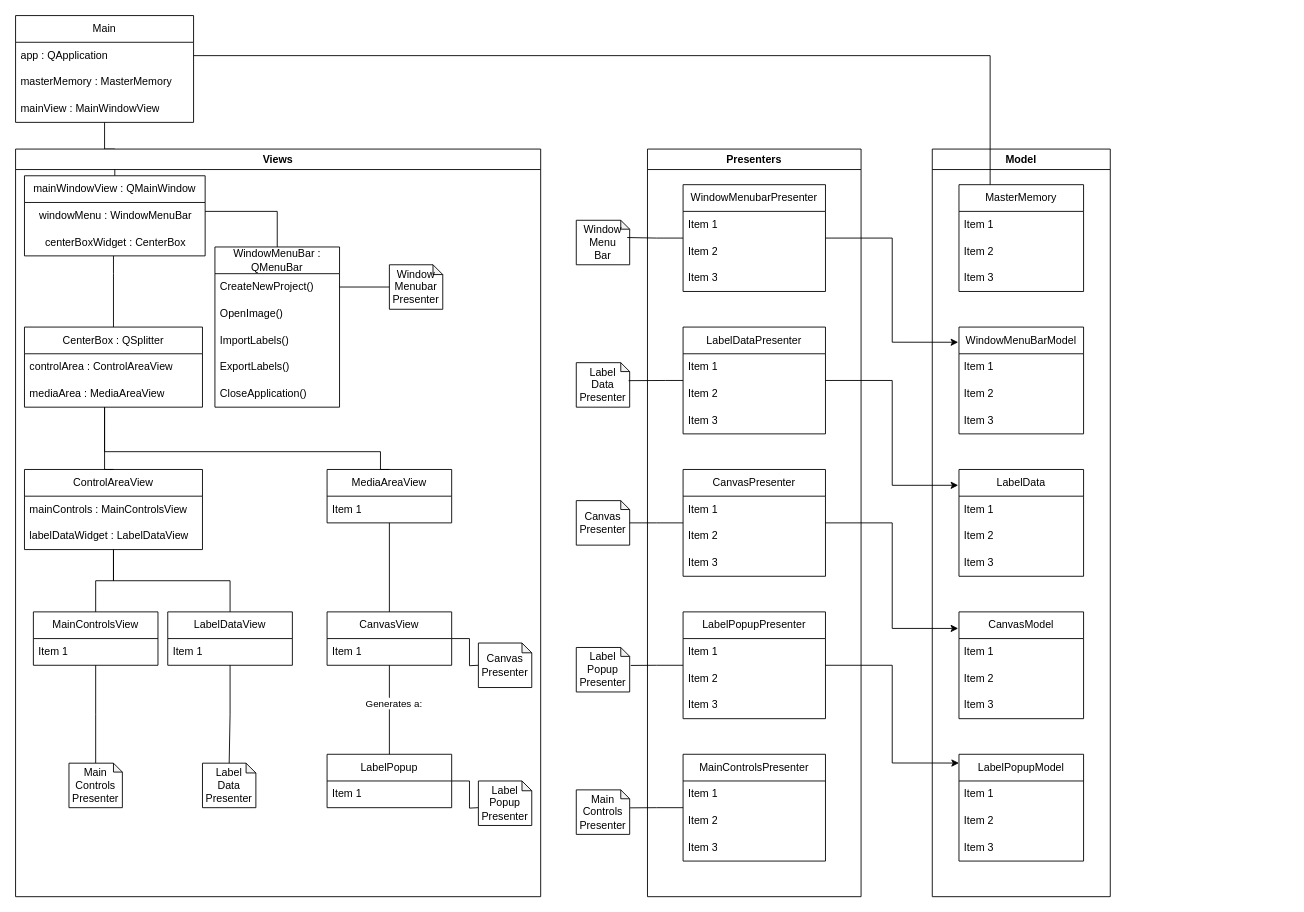
Above: AnnotationVideoViewer/DesignDocuments/masterUML.drawio in TSABM/inbre-retina (draw.io), before the change. Source tidied: cells renumbered, new cells numbered last; positions are measured from the earlier drawing's top-left corner, leaving out a move shared by most shapes. Both pictures are drawn from the tidied source at 89%, with x=0, y=0 at pixel (15, 15).
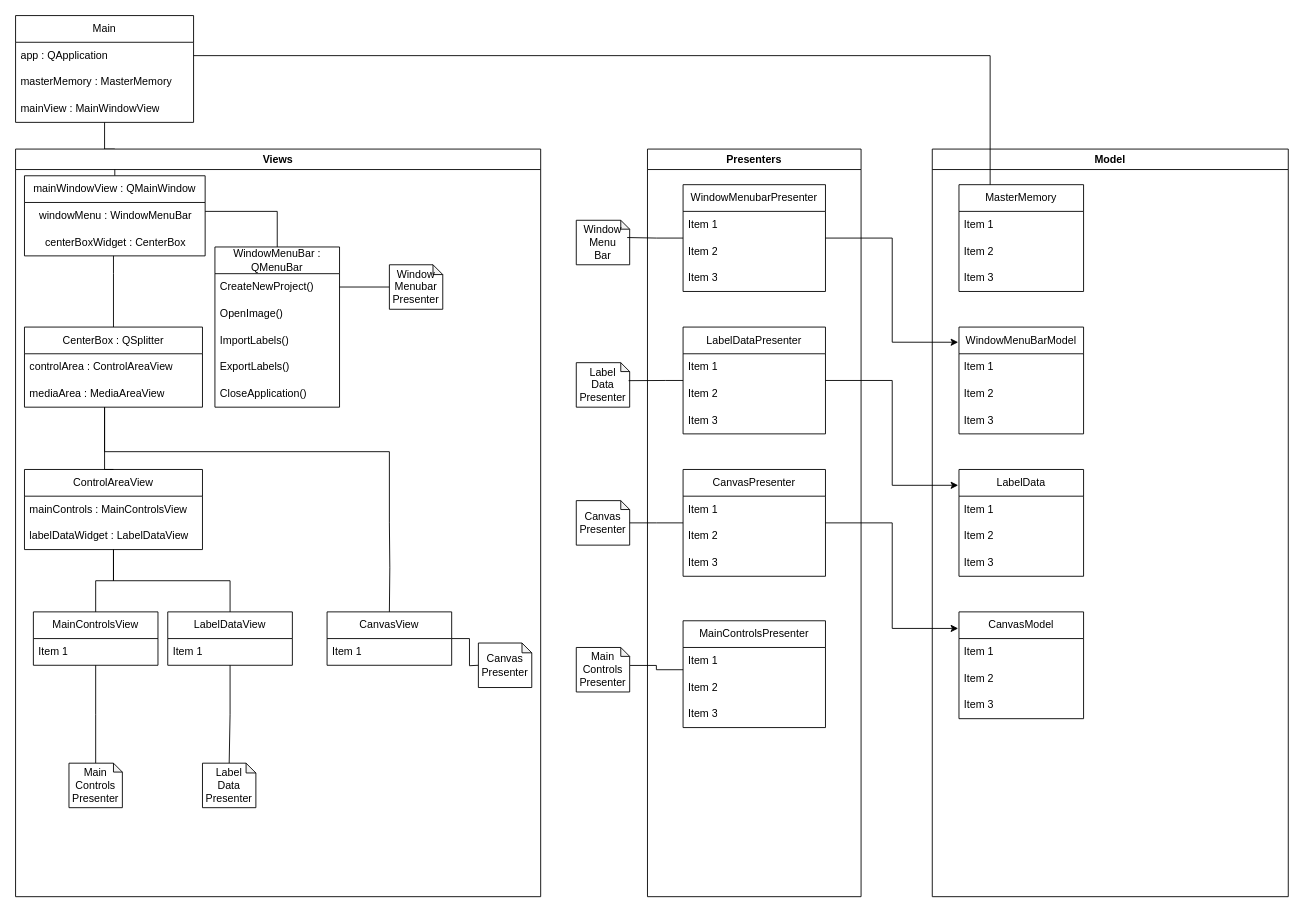
The same diagram, later.

The change refers to these unchanged cells:
```xml
<mxCell id="7" value="Views" style="swimlane;whiteSpace=wrap;html=1;" parent="1" vertex="1">
  <mxGeometry y="150" width="590" height="840" as="geometry" />
</mxCell>
<mxCell id="18" value="CenterBox : QSplitter" style="swimlane;fontStyle=0;horizontal=1;startSize=30;whiteSpace=wrap;html=1;" parent="7" vertex="1">
  <mxGeometry x="10" y="200" width="200" height="90" as="geometry" />
</mxCell>
<mxCell id="29" value="CanvasView" style="swimlane;fontStyle=0;horizontal=1;startSize=30;whiteSpace=wrap;html=1;" parent="7" vertex="1">
  <mxGeometry x="350" y="520" width="140" height="60" as="geometry" />
</mxCell>
<mxCell id="51" value="Presenters" style="swimlane;whiteSpace=wrap;html=1;" parent="1" vertex="1">
  <mxGeometry x="710" y="150" width="240" height="840" as="geometry" />
</mxCell>
```

The edit, as a diff of the source:
```diff
@@
-    <mxCell id="31" value="MediaAreaView" style="swimlane;fontStyle=0;horizontal=1;startSize=30;whiteSpace=wrap;html=1;" parent="7" vertex="1">
-      <mxGeometry x="350" y="360" width="140" height="60" as="geometry" />
-    </mxCell>
-    <mxCell id="32" value="Item 1" style="text;strokeColor=none;fillColor=none;align=left;verticalAlign=middle;spacingLeft=4;spacingRight=4;overflow=hidden;whiteSpace=wrap;html=1;" parent="31" vertex="1">
-      <mxGeometry y="30" width="140" height="30" as="geometry" />
-    </mxCell>
-    <mxCell id="33" style="edgeStyle=orthogonalEdgeStyle;rounded=0;jettySize=auto;html=1;entryX=0.5;entryY=0;entryDx=0;entryDy=0;endArrow=none;endFill=0;" parent="7" edge="1" source="31" target="29">
-      <mxGeometry relative="1" as="geometry" />
+    <mxCell id="33" style="edgeStyle=orthogonalEdgeStyle;rounded=0;jettySize=auto;html=1;entryX=0.5;entryY=0;entryDx=0;entryDy=0;endArrow=none;endFill=0;" parent="7" edge="1" target="29">
+      <mxGeometry relative="1" as="geometry">
+        <mxPoint x="420" y="420" as="sourcePoint" />
+      </mxGeometry>
     </mxCell>
-    <mxCell id="34" style="edgeStyle=orthogonalEdgeStyle;rounded=0;jettySize=auto;html=1;entryX=0.5;entryY=0;entryDx=0;entryDy=0;endArrow=none;endFill=0;" parent="7" edge="1" source="18" target="31">
+    <mxCell id="34" style="edgeStyle=orthogonalEdgeStyle;rounded=0;jettySize=auto;html=1;endArrow=none;endFill=0;" parent="7" edge="1" source="18">
       <mxGeometry relative="1" as="geometry">
+        <mxPoint x="420" y="420" as="targetPoint" />
         <Array as="points">
           <mxPoint x="100" y="340" />
-          <mxPoint x="410" y="340" />
+          <mxPoint x="420" y="340" />
         </Array>
       </mxGeometry>
     </mxCell>
-    <mxCell id="35" style="edgeStyle=orthogonalEdgeStyle;rounded=0;jettySize=auto;html=1;endArrow=none;endFill=0;" parent="7" edge="1" source="36">
-      <mxGeometry relative="1" as="geometry">
-        <mxPoint x="520" y="740" as="targetPoint" />
-      </mxGeometry>
-    </mxCell>
-    <mxCell id="36" value="LabelPopup" style="swimlane;fontStyle=0;horizontal=1;startSize=30;whiteSpace=wrap;html=1;" parent="7" vertex="1">
-      <mxGeometry x="350" y="680" width="140" height="60" as="geometry" />
-    </mxCell>
-    <mxCell id="37" value="Item 1" style="text;strokeColor=none;fillColor=none;align=left;verticalAlign=middle;spacingLeft=4;spacingRight=4;overflow=hidden;whiteSpace=wrap;html=1;" parent="36" vertex="1">
-      <mxGeometry y="30" width="140" height="30" as="geometry" />
-    </mxCell>
-    <mxCell id="38" style="edgeStyle=orthogonalEdgeStyle;rounded=0;jettySize=auto;html=1;entryX=0.5;entryY=0;entryDx=0;entryDy=0;endArrow=none;endFill=0;" parent="7" edge="1" source="29" target="36">
-      <mxGeometry relative="1" as="geometry" />
-    </mxCell>
-    <mxCell id="39" value="Generates a:" style="edgeLabel;html=1;align=center;verticalAlign=middle;" parent="38" vertex="1">
-      <mxGeometry x="-0.16" y="4" relative="1" as="geometry" />
-    </mxCell>
@@
-    <mxCell id="64" value="LabelPopupPresenter" style="swimlane;fontStyle=0;horizontal=1;startSize=30;whiteSpace=wrap;html=1;" parent="51" vertex="1">
-      <mxGeometry x="40" y="520" width="160" height="120" as="geometry" />
-    </mxCell>
-    <mxCell id="65" value="Item 1" style="text;strokeColor=none;fillColor=none;align=left;verticalAlign=middle;spacingLeft=4;spacingRight=4;overflow=hidden;whiteSpace=wrap;html=1;" parent="64" vertex="1">
-      <mxGeometry y="30" width="160" height="30" as="geometry" />
-    </mxCell>
-    <mxCell id="66" value="Item 2" style="text;strokeColor=none;fillColor=none;align=left;verticalAlign=middle;spacingLeft=4;spacingRight=4;overflow=hidden;whiteSpace=wrap;html=1;" parent="64" vertex="1">
-      <mxGeometry y="60" width="160" height="30" as="geometry" />
-    </mxCell>
-    <mxCell id="67" value="Item 3" style="text;strokeColor=none;fillColor=none;align=left;verticalAlign=middle;spacingLeft=4;spacingRight=4;overflow=hidden;whiteSpace=wrap;html=1;" parent="64" vertex="1">
-      <mxGeometry y="90" width="160" height="30" as="geometry" />
-    </mxCell>
     <mxCell id="68" value="MainControlsPresenter" style="swimlane;fontStyle=0;horizontal=1;startSize=30;whiteSpace=wrap;html=1;" parent="51" vertex="1">
-      <mxGeometry x="40" y="680" width="160" height="120" as="geometry" />
+      <mxGeometry x="40" y="530" width="160" height="120" as="geometry" />
     </mxCell>
@@
     <mxCell id="72" value="Model" style="swimlane;whiteSpace=wrap;html=1;" parent="1" vertex="1">
-      <mxGeometry x="1030" y="150" width="200" height="840" as="geometry" />
+      <mxGeometry x="1030" y="150" width="400" height="840" as="geometry" />
     </mxCell>
@@
-    <mxCell id="89" value="LabelPopupModel" style="swimlane;fontStyle=0;horizontal=1;startSize=30;whiteSpace=wrap;html=1;" parent="72" vertex="1">
-      <mxGeometry x="30" y="680" width="140" height="120" as="geometry" />
-    </mxCell>
-    <mxCell id="90" value="Item 1" style="text;strokeColor=none;fillColor=none;align=left;verticalAlign=middle;spacingLeft=4;spacingRight=4;overflow=hidden;whiteSpace=wrap;html=1;" parent="89" vertex="1">
-      <mxGeometry y="30" width="140" height="30" as="geometry" />
-    </mxCell>
-    <mxCell id="91" value="Item 2" style="text;strokeColor=none;fillColor=none;align=left;verticalAlign=middle;spacingLeft=4;spacingRight=4;overflow=hidden;whiteSpace=wrap;html=1;" parent="89" vertex="1">
-      <mxGeometry y="60" width="140" height="30" as="geometry" />
-    </mxCell>
-    <mxCell id="92" value="Item 3" style="text;strokeColor=none;fillColor=none;align=left;verticalAlign=middle;spacingLeft=4;spacingRight=4;overflow=hidden;whiteSpace=wrap;html=1;" parent="89" vertex="1">
-      <mxGeometry y="90" width="140" height="30" as="geometry" />
-    </mxCell>
@@
-    <mxCell id="96" style="edgeStyle=orthogonalEdgeStyle;rounded=0;jettySize=auto;html=1;entryX=0;entryY=0.082;entryDx=0;entryDy=0;entryPerimeter=0;" parent="1" edge="1" source="64" target="89">
-      <mxGeometry relative="1" as="geometry" />
-    </mxCell>
-    <mxCell id="97" value="Label&lt;div&gt;Popup&lt;/div&gt;&lt;div&gt;Presenter&lt;/div&gt;" style="shape=note;whiteSpace=wrap;html=1;backgroundOutline=1;darkOpacity=0.05;size=11;" parent="1" vertex="1">
-      <mxGeometry x="520" y="860" width="60" height="50" as="geometry" />
-    </mxCell>
     <mxCell id="98" value="Main&lt;div&gt;Controls&lt;/div&gt;&lt;div&gt;Presenter&lt;/div&gt;" style="shape=note;whiteSpace=wrap;html=1;backgroundOutline=1;darkOpacity=0.05;size=10;" parent="1" vertex="1">
-      <mxGeometry x="630" y="870" width="60" height="50" as="geometry" />
+      <mxGeometry x="630" y="710" width="60" height="50" as="geometry" />
     </mxCell>
-    <mxCell id="99" value="Label&lt;div&gt;Popup&lt;/div&gt;&lt;div&gt;Presenter&lt;/div&gt;" style="shape=note;whiteSpace=wrap;html=1;backgroundOutline=1;darkOpacity=0.05;size=10;" parent="1" vertex="1">
-      <mxGeometry x="630" y="710" width="60" height="50" as="geometry" />
-    </mxCell>
@@
     <mxCell id="104" style="edgeStyle=orthogonalEdgeStyle;rounded=0;jettySize=auto;html=1;entryX=1.007;entryY=0.404;entryDx=0;entryDy=0;entryPerimeter=0;endArrow=none;endFill=0;" parent="1" edge="1" source="68" target="98">
-      <mxGeometry relative="1" as="geometry" />
+      <mxGeometry relative="1" as="geometry">
+        <Array as="points">
+          <mxPoint x="720" y="735" />
+          <mxPoint x="720" y="730" />
+        </Array>
+      </mxGeometry>
     </mxCell>
-    <mxCell id="105" style="edgeStyle=orthogonalEdgeStyle;rounded=0;jettySize=auto;html=1;entryX=1.02;entryY=0.404;entryDx=0;entryDy=0;entryPerimeter=0;endArrow=none;endFill=0;" parent="1" edge="1" source="64" target="99">
-      <mxGeometry relative="1" as="geometry" />
-    </mxCell>
```
